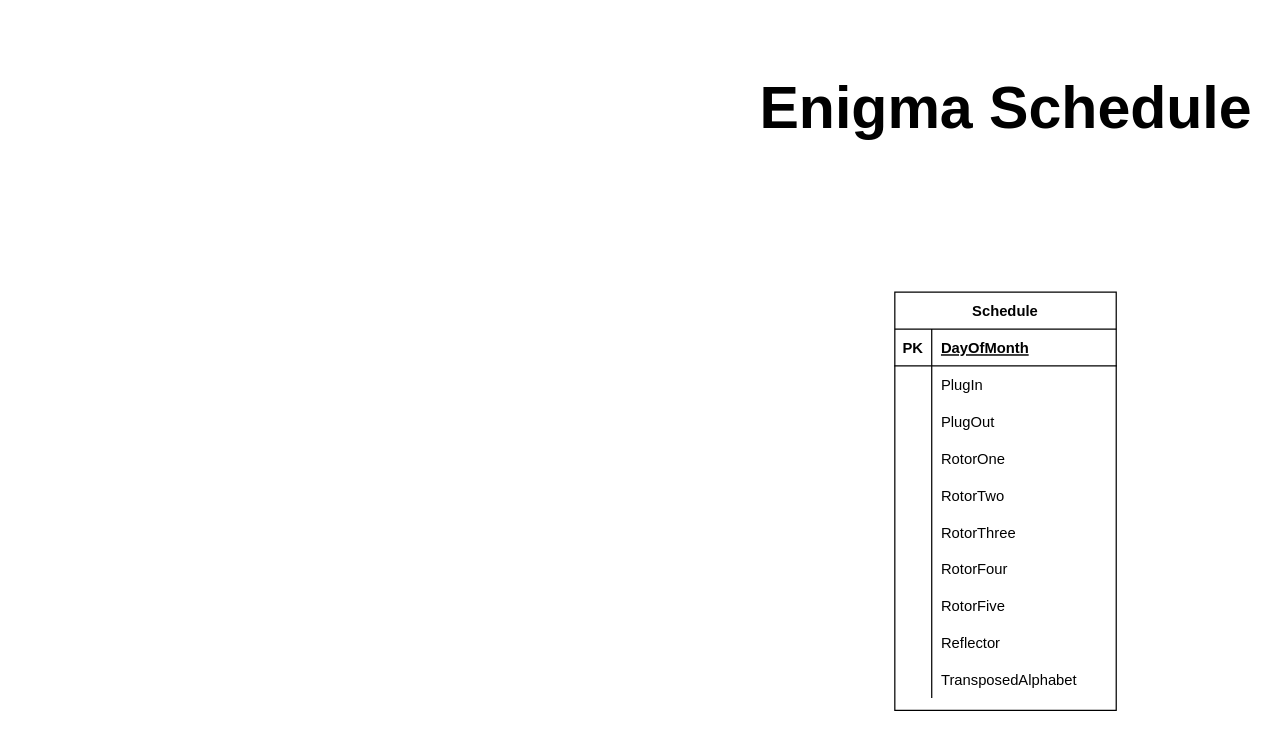
Earlier version of the draw.io diagram Diagrams/EnigmaDatabase.drawio (JulieMckenna/Enigma-Bombe). Source tidied: cells renumbered, new cells numbered last; positions are measured from the earlier drawing's top-left corner, leaving out a move shared by most shapes. Both pictures are drawn from the tidied source at 123%, with x=0, y=0 at pixel (747, 70).
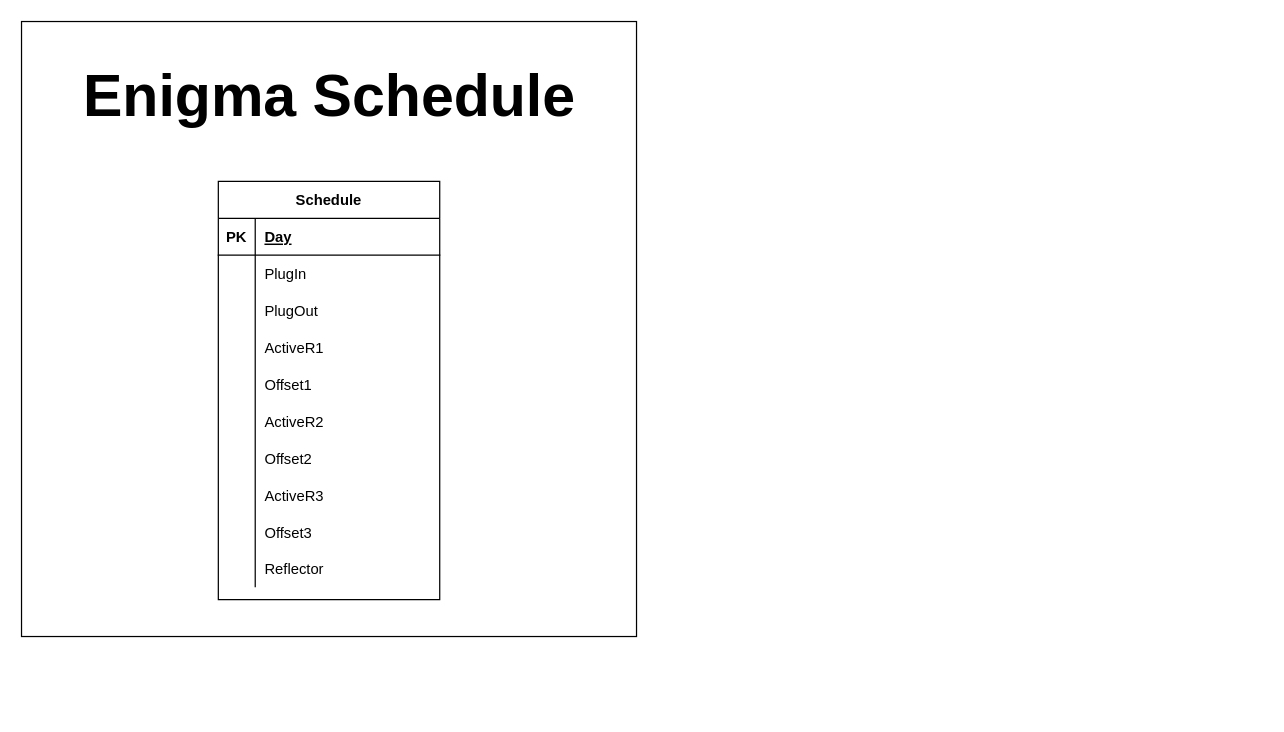
Above is the later version.

Unchanged cells that the change refers to:
```xml
<mxCell id="4" style="shape=partialRectangle;fillColor=none;top=0;left=0;bottom=1;right=0;" parent="3" vertex="1">
  <mxGeometry y="30" width="180" height="30" as="geometry" />
</mxCell>
<mxCell id="13" style="shape=partialRectangle;fillColor=none;top=0;left=0;bottom=0;right=0;" parent="3" vertex="1">
  <mxGeometry y="120" width="180" height="30" as="geometry" />
</mxCell>
<mxCell id="16" style="shape=partialRectangle;fillColor=none;top=0;left=0;bottom=0;right=0;" parent="3" vertex="1">
  <mxGeometry y="150" width="180" height="30" as="geometry" />
</mxCell>
<mxCell id="19" style="shape=partialRectangle;fillColor=none;top=0;left=0;bottom=0;right=0;" parent="3" vertex="1">
  <mxGeometry y="180" width="180" height="30" as="geometry" />
</mxCell>
<mxCell id="22" style="shape=partialRectangle;fillColor=none;top=0;left=0;bottom=0;right=0;" parent="3" vertex="1">
  <mxGeometry y="210" width="180" height="30" as="geometry" />
</mxCell>
<mxCell id="25" style="shape=partialRectangle;fillColor=none;top=0;left=0;bottom=0;right=0;" parent="3" vertex="1">
  <mxGeometry y="240" width="180" height="30" as="geometry" />
</mxCell>
<mxCell id="28" style="shape=partialRectangle;fillColor=none;top=0;left=0;bottom=0;right=0;" parent="3" vertex="1">
  <mxGeometry y="270" width="180" height="30" as="geometry" />
</mxCell>
<mxCell id="31" style="shape=partialRectangle;fillColor=none;top=0;left=0;bottom=0;right=0;" parent="3" vertex="1">
  <mxGeometry y="300" width="180" height="30" as="geometry" />
</mxCell>
```

Change to the diagram source:
```diff
@@
+    <mxCell id="34" style="rounded=0;whiteSpace=wrap;html=1;" parent="1" vertex="1">
+      <mxGeometry x="-590" y="-40" width="500" height="500" as="geometry" />
+    </mxCell>
     <mxCell id="2" value="Enigma Schedule" style="text;html=1;align=center;verticalAlign=middle;fontStyle=1;fontSize=48;" parent="1" vertex="1">
-      <mxGeometry width="420" height="60" as="geometry" />
+      <mxGeometry x="-550" y="-10" width="420" height="60" as="geometry" />
     </mxCell>
     <mxCell id="3" value="Schedule" style="shape=table;startSize=30;childLayout=tableLayout;rowLines=0;fontStyle=1;align=center;labelBackgroundColor=#ffffff;" parent="1" vertex="1">
-      <mxGeometry x="120" y="180" width="180" height="340" as="geometry" />
+      <mxGeometry x="-430" y="90" width="180" height="340" as="geometry" />
     </mxCell>
@@
-    <mxCell id="6" value="DayOfMonth" style="shape=partialRectangle;fillColor=none;top=0;left=0;bottom=0;right=0;align=left;spacingLeft=6;fontStyle=5;overflow=hidden;" parent="4" vertex="1">
+    <mxCell id="6" value="Day" style="shape=partialRectangle;fillColor=none;top=0;left=0;bottom=0;right=0;align=left;spacingLeft=6;fontStyle=5;overflow=hidden;" parent="4" vertex="1">
       <mxGeometry x="30" width="150" height="30" as="geometry" />
     </mxCell>
@@
-    <mxCell id="15" value="RotorOne" style="shape=partialRectangle;fillColor=none;top=0;left=0;bottom=0;right=0;align=left;spacingLeft=6;overflow=hidden;" parent="13" vertex="1">
+    <mxCell id="15" value="ActiveR1" style="shape=partialRectangle;fillColor=none;top=0;left=0;bottom=0;right=0;align=left;spacingLeft=6;overflow=hidden;" parent="13" vertex="1">
       <mxGeometry x="30" width="150" height="30" as="geometry" />
     </mxCell>
@@
-    <mxCell id="18" value="RotorTwo" style="shape=partialRectangle;fillColor=none;top=0;left=0;bottom=0;right=0;align=left;spacingLeft=6;overflow=hidden;" parent="16" vertex="1">
+    <mxCell id="18" value="Offset1" style="shape=partialRectangle;fillColor=none;top=0;left=0;bottom=0;right=0;align=left;spacingLeft=6;overflow=hidden;" parent="16" vertex="1">
       <mxGeometry x="30" width="150" height="30" as="geometry" />
     </mxCell>
@@
-    <mxCell id="21" value="RotorThree" style="shape=partialRectangle;fillColor=none;top=0;left=0;bottom=0;right=0;align=left;spacingLeft=6;overflow=hidden;" parent="19" vertex="1">
+    <mxCell id="21" value="ActiveR2" style="shape=partialRectangle;fillColor=none;top=0;left=0;bottom=0;right=0;align=left;spacingLeft=6;overflow=hidden;" parent="19" vertex="1">
       <mxGeometry x="30" width="150" height="30" as="geometry" />
     </mxCell>
@@
-    <mxCell id="24" value="RotorFour" style="shape=partialRectangle;fillColor=none;top=0;left=0;bottom=0;right=0;align=left;spacingLeft=6;overflow=hidden;" parent="22" vertex="1">
+    <mxCell id="24" value="Offset2" style="shape=partialRectangle;fillColor=none;top=0;left=0;bottom=0;right=0;align=left;spacingLeft=6;overflow=hidden;" parent="22" vertex="1">
       <mxGeometry x="30" width="150" height="30" as="geometry" />
     </mxCell>
@@
-    <mxCell id="27" value="RotorFive" style="shape=partialRectangle;fillColor=none;top=0;left=0;bottom=0;right=0;align=left;spacingLeft=6;overflow=hidden;" parent="25" vertex="1">
+    <mxCell id="27" value="ActiveR3" style="shape=partialRectangle;fillColor=none;top=0;left=0;bottom=0;right=0;align=left;spacingLeft=6;overflow=hidden;" parent="25" vertex="1">
       <mxGeometry x="30" width="150" height="30" as="geometry" />
     </mxCell>
@@
-    <mxCell id="30" value="Reflector" style="shape=partialRectangle;fillColor=none;top=0;left=0;bottom=0;right=0;align=left;spacingLeft=6;overflow=hidden;" parent="28" vertex="1">
+    <mxCell id="30" value="Offset3" style="shape=partialRectangle;fillColor=none;top=0;left=0;bottom=0;right=0;align=left;spacingLeft=6;overflow=hidden;" parent="28" vertex="1">
       <mxGeometry x="30" width="150" height="30" as="geometry" />
     </mxCell>
@@
-    <mxCell id="33" value="TransposedAlphabet" style="shape=partialRectangle;fillColor=none;top=0;left=0;bottom=0;right=0;align=left;spacingLeft=6;overflow=hidden;" parent="31" vertex="1">
+    <mxCell id="33" value="Reflector" style="shape=partialRectangle;fillColor=none;top=0;left=0;bottom=0;right=0;align=left;spacingLeft=6;overflow=hidden;" parent="31" vertex="1">
       <mxGeometry x="30" width="150" height="30" as="geometry" />
     </mxCell>
```
